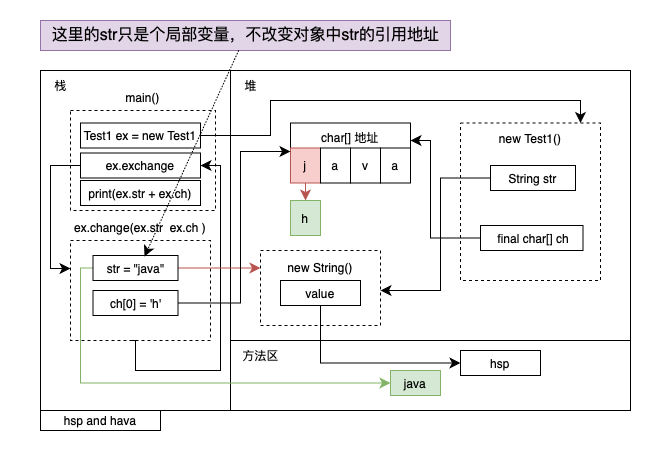
Earlier version of the draw.io export drawio/StringExercise09.png (Stolorzs/Picgo). Source tidied: cells renumbered, new cells last; positions are measured from the earlier drawing's top-left corner, leaving out a move shared by most shapes.
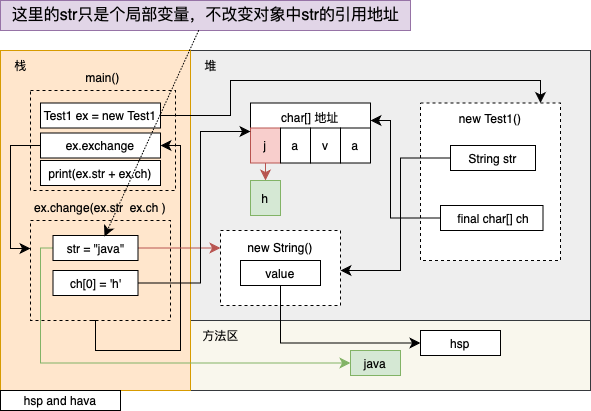
After the commit.

The edit, as a diff of the source:
```diff
@@ -2,16 +2,13 @@
   <root>
     <mxCell id="0" />
     <mxCell id="1" parent="0" />
-    <mxCell id="2" style="rounded=0;whiteSpace=wrap;html=1;strokeColor=none;" parent="1" vertex="1">
-      <mxGeometry width="660" height="450" as="geometry" />
-    </mxCell>
-    <mxCell id="3" style="rounded=0;whiteSpace=wrap;html=1;labelBackgroundColor=none;" parent="1" vertex="1">
+    <mxCell id="3" style="rounded=0;whiteSpace=wrap;html=1;labelBackgroundColor=none;fillColor=#f9f7ed;strokeColor=#36393d;" parent="1" vertex="1">
       <mxGeometry x="230" y="340" width="400" height="70" as="geometry" />
     </mxCell>
-    <mxCell id="4" style="rounded=0;whiteSpace=wrap;html=1;labelBackgroundColor=none;" parent="1" vertex="1">
+    <mxCell id="4" style="rounded=0;whiteSpace=wrap;html=1;labelBackgroundColor=none;fillColor=#eeeeee;strokeColor=#36393d;" parent="1" vertex="1">
       <mxGeometry x="230" y="70" width="400" height="270" as="geometry" />
     </mxCell>
-    <mxCell id="5" style="rounded=0;whiteSpace=wrap;html=1;labelBackgroundColor=none;" parent="1" vertex="1">
+    <mxCell id="5" style="rounded=0;whiteSpace=wrap;html=1;labelBackgroundColor=none;fillColor=#ffe6cc;strokeColor=#d79b00;" parent="1" vertex="1">
       <mxGeometry x="40" y="70" width="190" height="340" as="geometry" />
     </mxCell>
     <mxCell id="6" value="栈" style="text;html=1;align=center;verticalAlign=middle;strokeColor=none;fillColor=none;labelBackgroundColor=none;" parent="1" vertex="1">
```
